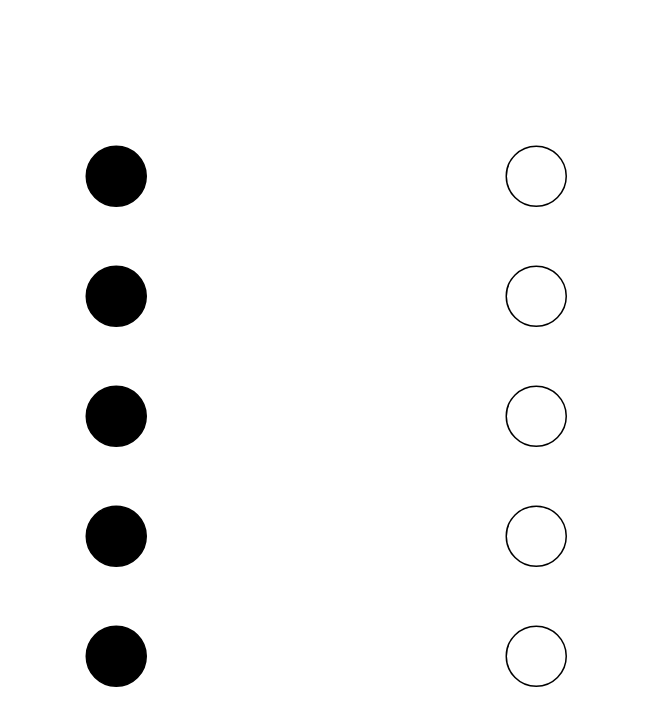
Katharine-0331/files keeps this draw.io diagram as bigraph multi-touch.drawio. Above is the earlier version. Source tidied: cells renumbered, new cells numbered last; positions are measured from the earlier drawing's top-left corner, leaving out a move shared by most shapes. Both pictures are drawn from the tidied source at 150%, with x=0, y=0 at pixel (86, 146).
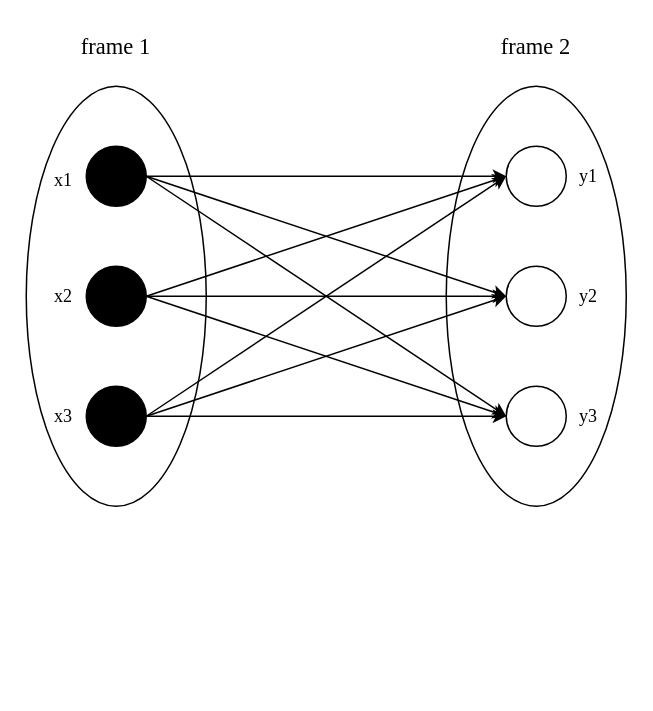
The same page after the edit.

The change refers to these unchanged cells:
```xml
<mxCell id="2" style="ellipse;whiteSpace=wrap;html=1;shadow=0;fillColor=#000000;" parent="1" vertex="1">
  <mxGeometry width="40" height="40" as="geometry" />
</mxCell>
<mxCell id="3" style="ellipse;whiteSpace=wrap;html=1;fillColor=#000000;" parent="1" vertex="1">
  <mxGeometry y="80" width="40" height="40" as="geometry" />
</mxCell>
<mxCell id="4" style="ellipse;whiteSpace=wrap;html=1;fillColor=#000000;" parent="1" vertex="1">
  <mxGeometry y="160" width="40" height="40" as="geometry" />
</mxCell>
<mxCell id="7" style="ellipse;whiteSpace=wrap;html=1;" parent="1" vertex="1">
  <mxGeometry x="280" width="40" height="40" as="geometry" />
</mxCell>
<mxCell id="8" style="ellipse;whiteSpace=wrap;html=1;" parent="1" vertex="1">
  <mxGeometry x="280" y="80" width="40" height="40" as="geometry" />
</mxCell>
<mxCell id="9" style="ellipse;whiteSpace=wrap;html=1;" parent="1" vertex="1">
  <mxGeometry x="280" y="160" width="40" height="40" as="geometry" />
</mxCell>
```

Diff of the diagram source:
```diff
@@
+    <mxCell id="12" style="edgeStyle=orthogonalEdgeStyle;rounded=0;jettySize=auto;html=1;exitX=1;exitY=0.5;exitDx=0;exitDy=0;entryX=0;entryY=0.5;entryDx=0;entryDy=0;" parent="1" edge="1" source="2" target="7">
+      <mxGeometry relative="1" as="geometry" />
+    </mxCell>
@@
-    <mxCell id="5" style="ellipse;whiteSpace=wrap;html=1;fillColor=#000000;" parent="1" vertex="1">
-      <mxGeometry y="240" width="40" height="40" as="geometry" />
-    </mxCell>
-    <mxCell id="6" style="ellipse;whiteSpace=wrap;html=1;fillColor=#000000;" parent="1" vertex="1">
-      <mxGeometry y="320" width="40" height="40" as="geometry" />
-    </mxCell>
@@
-    <mxCell id="10" style="ellipse;whiteSpace=wrap;html=1;" parent="1" vertex="1">
-      <mxGeometry x="280" y="240" width="40" height="40" as="geometry" />
-    </mxCell>
-    <mxCell id="11" style="ellipse;whiteSpace=wrap;html=1;" parent="1" vertex="1">
-      <mxGeometry x="280" y="320" width="40" height="40" as="geometry" />
-    </mxCell>
+    <mxCell id="13" style="endArrow=classic;html=1;rounded=0;exitX=1;exitY=0.5;exitDx=0;exitDy=0;entryX=0;entryY=0.5;entryDx=0;entryDy=0;" parent="1" edge="1" source="2" target="8">
+      <mxGeometry relative="1" as="geometry" />
+    </mxCell>
+    <mxCell id="14" style="endArrow=classic;html=1;rounded=0;exitX=1;exitY=0.5;exitDx=0;exitDy=0;entryX=0;entryY=0.5;entryDx=0;entryDy=0;" parent="1" edge="1" source="2" target="9">
+      <mxGeometry relative="1" as="geometry" />
+    </mxCell>
+    <mxCell id="15" style="endArrow=classic;html=1;rounded=0;exitX=1;exitY=0.5;exitDx=0;exitDy=0;entryX=0;entryY=0.5;entryDx=0;entryDy=0;" parent="1" edge="1" source="3" target="7">
+      <mxGeometry relative="1" as="geometry" />
+    </mxCell>
+    <mxCell id="16" style="endArrow=classic;html=1;rounded=0;exitX=1;exitY=0.5;exitDx=0;exitDy=0;entryX=0;entryY=0.5;entryDx=0;entryDy=0;" parent="1" edge="1" source="3" target="8">
+      <mxGeometry relative="1" as="geometry" />
+    </mxCell>
+    <mxCell id="17" style="endArrow=classic;html=1;rounded=0;exitX=1;exitY=0.5;exitDx=0;exitDy=0;entryX=0;entryY=0.5;entryDx=0;entryDy=0;" parent="1" edge="1" source="3" target="9">
+      <mxGeometry relative="1" as="geometry" />
+    </mxCell>
+    <mxCell id="18" style="endArrow=classic;html=1;rounded=0;exitX=1;exitY=0.5;exitDx=0;exitDy=0;entryX=0;entryY=0.5;entryDx=0;entryDy=0;" parent="1" edge="1" source="4" target="7">
+      <mxGeometry relative="1" as="geometry" />
+    </mxCell>
+    <mxCell id="19" style="endArrow=classic;html=1;rounded=0;exitX=1;exitY=0.5;exitDx=0;exitDy=0;entryX=0;entryY=0.5;entryDx=0;entryDy=0;" parent="1" edge="1" source="4" target="8">
+      <mxGeometry relative="1" as="geometry" />
+    </mxCell>
+    <mxCell id="20" style="endArrow=classic;html=1;rounded=0;" parent="1" edge="1">
+      <mxGeometry relative="1" as="geometry">
+        <mxPoint x="40" y="180" as="sourcePoint" />
+        <mxPoint x="280" y="180" as="targetPoint" />
+      </mxGeometry>
+    </mxCell>
+    <mxCell id="21" style="ellipse;whiteSpace=wrap;html=1;shadow=0;fillColor=none;" parent="1" vertex="1">
+      <mxGeometry x="-40" y="-40" width="120" height="280" as="geometry" />
+    </mxCell>
+    <mxCell id="22" style="ellipse;whiteSpace=wrap;html=1;shadow=0;fillColor=none;" parent="1" vertex="1">
+      <mxGeometry x="240" y="-40" width="120" height="280" as="geometry" />
+    </mxCell>
+    <mxCell id="23" value="&lt;font face=&quot;Times New Roman&quot;&gt;x1&lt;/font&gt;" style="text;html=1;strokeColor=none;fillColor=none;align=center;verticalAlign=middle;whiteSpace=wrap;rounded=0;shadow=0;" parent="1" vertex="1">
+      <mxGeometry x="-40" y="10" width="50" height="25" as="geometry" />
+    </mxCell>
+    <mxCell id="24" value="&lt;font face=&quot;Times New Roman&quot;&gt;x2&lt;/font&gt;" style="text;html=1;strokeColor=none;fillColor=none;align=center;verticalAlign=middle;whiteSpace=wrap;rounded=0;shadow=0;" parent="1" vertex="1">
+      <mxGeometry x="-40" y="87.5" width="50" height="25" as="geometry" />
+    </mxCell>
+    <mxCell id="25" value="&lt;font face=&quot;Times New Roman&quot;&gt;x3&lt;/font&gt;" style="text;html=1;strokeColor=none;fillColor=none;align=center;verticalAlign=middle;whiteSpace=wrap;rounded=0;shadow=0;" parent="1" vertex="1">
+      <mxGeometry x="-40" y="167.5" width="50" height="25" as="geometry" />
+    </mxCell>
+    <mxCell id="26" value="&lt;font face=&quot;Times New Roman&quot;&gt;y1&lt;/font&gt;" style="text;html=1;strokeColor=none;fillColor=none;align=center;verticalAlign=middle;whiteSpace=wrap;rounded=0;shadow=0;" parent="1" vertex="1">
+      <mxGeometry x="310" y="7.5" width="50" height="25" as="geometry" />
+    </mxCell>
+    <mxCell id="27" value="&lt;font face=&quot;Times New Roman&quot;&gt;y2&lt;/font&gt;" style="text;html=1;strokeColor=none;fillColor=none;align=center;verticalAlign=middle;whiteSpace=wrap;rounded=0;shadow=0;" parent="1" vertex="1">
+      <mxGeometry x="310" y="87.5" width="50" height="25" as="geometry" />
+    </mxCell>
+    <mxCell id="28" value="&lt;font face=&quot;Times New Roman&quot;&gt;y3&lt;/font&gt;" style="text;html=1;strokeColor=none;fillColor=none;align=center;verticalAlign=middle;whiteSpace=wrap;rounded=0;shadow=0;" parent="1" vertex="1">
+      <mxGeometry x="310" y="167.5" width="50" height="25" as="geometry" />
+    </mxCell>
+    <mxCell id="29" value="&lt;font face=&quot;Times New Roman&quot; style=&quot;font-size: 15px&quot;&gt;frame 1&lt;/font&gt;" style="text;html=1;strokeColor=none;fillColor=none;align=center;verticalAlign=middle;whiteSpace=wrap;rounded=0;shadow=0;" parent="1" vertex="1">
+      <mxGeometry x="-5" y="-80" width="50" height="25" as="geometry" />
+    </mxCell>
+    <mxCell id="30" value="&lt;font face=&quot;Times New Roman&quot; style=&quot;font-size: 15px&quot;&gt;frame 2&lt;/font&gt;" style="text;html=1;strokeColor=none;fillColor=none;align=center;verticalAlign=middle;whiteSpace=wrap;rounded=0;shadow=0;" parent="1" vertex="1">
+      <mxGeometry x="275" y="-80" width="50" height="25" as="geometry" />
+    </mxCell>
```
